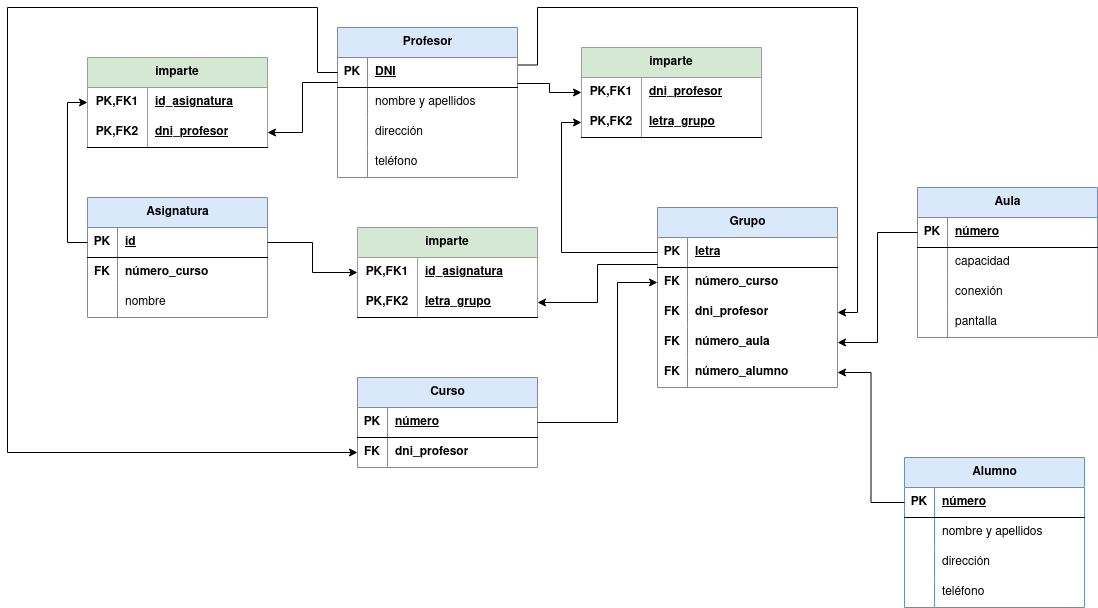
This is Unidad-2/Tareas/ Docente (MR-2)/docente.drawio.png from mdiogc/base-datos, a draw.io export, as it was before one commit. Source tidied: cells renumbered, new cells last; positions are measured from the earlier drawing's top-left corner, leaving out a move shared by most shapes.
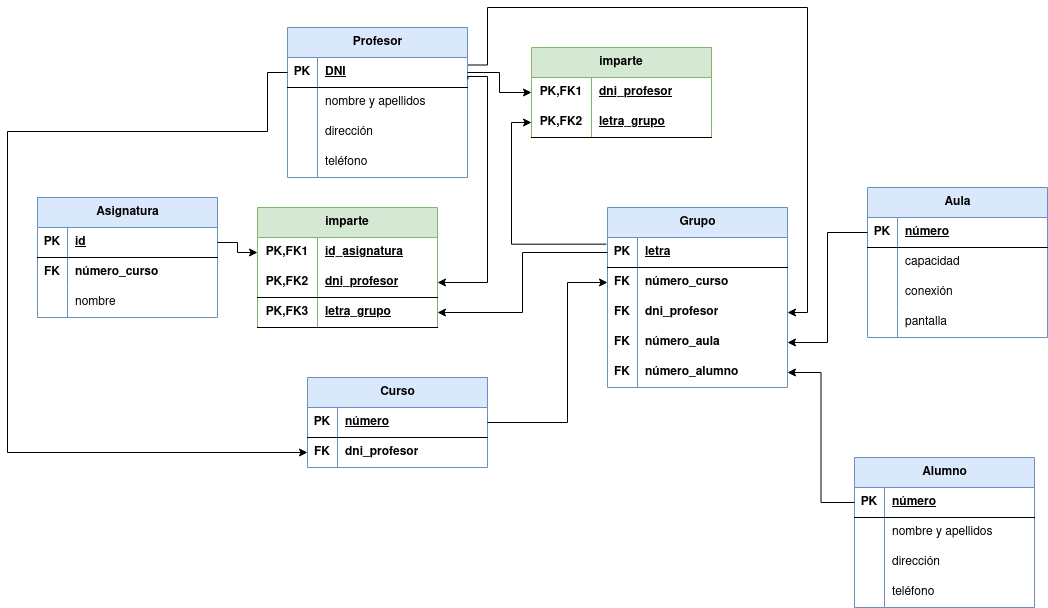
After the commit.

What changed in the source:
```diff
@@ -2,27 +2,6 @@
   <root>
     <mxCell id="0" />
     <mxCell id="1" parent="0" />
-    <mxCell id="2" value="imparte" style="shape=table;startSize=30;rowLines=0;fontStyle=1;align=center;html=1;whiteSpace=wrap;fillColor=#d5e8d4;strokeColor=#82b366;" parent="1" vertex="1">
-      <mxGeometry x="350" y="220" width="180" height="90" as="geometry" />
-    </mxCell>
-    <mxCell id="3" style="shape=tableRow;horizontal=0;startSize=0;swimlaneHead=0;swimlaneBody=0;fillColor=none;points=[[0,0.5],[1,0.5]];portConstraint=eastwest;top=0;left=0;right=0;bottom=0;html=1;" parent="2" vertex="1">
-      <mxGeometry y="30" width="180" height="30" as="geometry" />
-    </mxCell>
-    <mxCell id="4" value="PK,FK1" style="shape=partialRectangle;fillColor=none;top=0;left=0;bottom=0;right=0;fontStyle=1;overflow=hidden;html=1;whiteSpace=wrap;" parent="3" vertex="1">
-      <mxGeometry width="60" height="30" as="geometry" />
-    </mxCell>
-    <mxCell id="5" value="id_asignatura" style="shape=partialRectangle;fillColor=none;top=0;left=0;bottom=0;right=0;align=left;spacingLeft=6;fontStyle=5;overflow=hidden;html=1;whiteSpace=wrap;" parent="3" vertex="1">
-      <mxGeometry x="60" width="120" height="30" as="geometry" />
-    </mxCell>
-    <mxCell id="6" style="shape=tableRow;horizontal=0;startSize=0;swimlaneHead=0;swimlaneBody=0;fillColor=none;points=[[0,0.5],[1,0.5]];portConstraint=eastwest;top=0;left=0;right=0;bottom=1;html=1;" parent="2" vertex="1">
-      <mxGeometry y="60" width="180" height="30" as="geometry" />
-    </mxCell>
-    <mxCell id="7" value="PK,FK2" style="shape=partialRectangle;fillColor=none;top=0;left=0;bottom=0;right=0;fontStyle=1;overflow=hidden;html=1;whiteSpace=wrap;" parent="6" vertex="1">
-      <mxGeometry width="60" height="30" as="geometry" />
-    </mxCell>
-    <mxCell id="8" value="letra_grupo" style="shape=partialRectangle;fillColor=none;top=0;left=0;bottom=0;right=0;align=left;spacingLeft=6;fontStyle=5;overflow=hidden;html=1;whiteSpace=wrap;" parent="6" vertex="1">
-      <mxGeometry x="60" width="120" height="30" as="geometry" />
-    </mxCell>
     <mxCell id="9" value="Grupo" style="shape=table;startSize=30;rowLines=0;fontStyle=1;align=center;html=1;fillColor=#dae8fc;strokeColor=#6c8ebf;" parent="1" vertex="1">
       <mxGeometry x="650" y="200" width="180" height="180" as="geometry" />
     </mxCell>
@@ -114,7 +93,7 @@
       <mxGeometry x="60" width="120" height="30" as="geometry" />
     </mxCell>
     <mxCell id="39" value="imparte" style="shape=table;startSize=30;rowLines=0;fontStyle=1;align=center;html=1;whiteSpace=wrap;fillColor=#d5e8d4;strokeColor=#82b366;" parent="1" vertex="1">
-      <mxGeometry x="80" y="50" width="180" height="90" as="geometry" />
+      <mxGeometry x="300" y="200" width="180" height="120" as="geometry" />
     </mxCell>
     <mxCell id="40" style="shape=tableRow;horizontal=0;startSize=0;swimlaneHead=0;swimlaneBody=0;fillColor=none;points=[[0,0.5],[1,0.5]];portConstraint=eastwest;top=0;left=0;right=0;bottom=0;html=1;" parent="39" vertex="1">
       <mxGeometry y="30" width="180" height="30" as="geometry" />
@@ -134,6 +113,15 @@
     <mxCell id="45" value="dni_profesor" style="shape=partialRectangle;fillColor=none;top=0;left=0;bottom=0;right=0;align=left;spacingLeft=6;fontStyle=5;overflow=hidden;html=1;whiteSpace=wrap;" parent="43" vertex="1">
       <mxGeometry x="60" width="120" height="30" as="geometry" />
     </mxCell>
+    <mxCell id="106" style="shape=tableRow;horizontal=0;startSize=0;swimlaneHead=0;swimlaneBody=0;fillColor=none;points=[[0,0.5],[1,0.5]];portConstraint=eastwest;top=0;left=0;right=0;bottom=1;html=1;" parent="39" vertex="1">
+      <mxGeometry y="90" width="180" height="30" as="geometry" />
+    </mxCell>
+    <mxCell id="107" value="PK,FK3" style="shape=partialRectangle;fillColor=none;top=0;left=0;bottom=0;right=0;fontStyle=1;overflow=hidden;html=1;whiteSpace=wrap;" parent="106" vertex="1">
+      <mxGeometry width="60" height="30" as="geometry" />
+    </mxCell>
+    <mxCell id="8" value="letra_grupo" style="shape=partialRectangle;fillColor=none;top=0;left=0;bottom=0;right=0;align=left;spacingLeft=6;fontStyle=5;overflow=hidden;html=1;whiteSpace=wrap;" parent="106" vertex="1">
+      <mxGeometry x="60" width="120" height="30" as="geometry" />
+    </mxCell>
     <mxCell id="46" value="Asignatura" style="shape=table;startSize=30;rowLines=0;fontStyle=1;align=center;html=1;fillColor=#dae8fc;strokeColor=#6c8ebf;" parent="1" vertex="1">
       <mxGeometry x="80" y="190" width="180" height="120" as="geometry" />
     </mxCell>
@@ -164,9 +152,6 @@
     <mxCell id="55" value="nombre" style="shape=partialRectangle;fillColor=none;top=0;left=0;bottom=0;right=0;align=left;spacingLeft=6;overflow=hidden;whiteSpace=wrap;html=1;" parent="53" vertex="1">
       <mxGeometry x="30" width="150" height="30" as="geometry" />
     </mxCell>
-    <mxCell id="56" style="edgeStyle=orthogonalEdgeStyle;rounded=0;jettySize=auto;html=1;exitX=0;exitY=0.5;exitDx=0;exitDy=0;entryX=0;entryY=0.5;entryDx=0;entryDy=0;" parent="1" edge="1" source="47" target="40">
-      <mxGeometry relative="1" as="geometry" />
-    </mxCell>
     <mxCell id="57" value="Aula" style="shape=table;startSize=30;rowLines=0;fontStyle=1;align=center;html=1;fillColor=#dae8fc;strokeColor=#6c8ebf;" parent="1" vertex="1">
       <mxGeometry x="910" y="180" width="180" height="150" as="geometry" />
     </mxCell>
@@ -245,12 +230,6 @@
     <mxCell id="82" value="teléfono" style="shape=partialRectangle;fillColor=none;top=0;left=0;bottom=0;right=0;align=left;spacingLeft=6;overflow=hidden;whiteSpace=wrap;html=1;" parent="80" vertex="1">
       <mxGeometry x="30" width="150" height="30" as="geometry" />
     </mxCell>
-    <mxCell id="83" style="edgeStyle=orthogonalEdgeStyle;rounded=0;jettySize=auto;html=1;exitX=1;exitY=0.5;exitDx=0;exitDy=0;entryX=0;entryY=0.5;entryDx=0;entryDy=0;" parent="1" edge="1" source="47" target="3">
-      <mxGeometry relative="1" as="geometry" />
-    </mxCell>
-    <mxCell id="84" style="edgeStyle=orthogonalEdgeStyle;rounded=0;jettySize=auto;html=1;exitX=0;exitY=0.9;exitDx=0;exitDy=0;entryX=1;entryY=0.5;entryDx=0;entryDy=0;exitPerimeter=0;" parent="1" edge="1" source="10" target="6">
-      <mxGeometry relative="1" as="geometry" />
-    </mxCell>
     <mxCell id="85" style="edgeStyle=orthogonalEdgeStyle;rounded=0;jettySize=auto;html=1;exitX=1;exitY=0.25;exitDx=0;exitDy=0;entryX=1;entryY=0.5;entryDx=0;entryDy=0;" parent="1" edge="1" source="86" target="16">
       <mxGeometry relative="1" as="geometry">
         <Array as="points">
@@ -300,16 +279,13 @@
     <mxCell id="98" value="teléfono" style="shape=partialRectangle;fillColor=none;top=0;left=0;bottom=0;right=0;align=left;spacingLeft=6;overflow=hidden;whiteSpace=wrap;html=1;" parent="96" vertex="1">
       <mxGeometry x="30" width="150" height="30" as="geometry" />
     </mxCell>
-    <mxCell id="99" style="edgeStyle=orthogonalEdgeStyle;rounded=0;jettySize=auto;html=1;exitX=0;exitY=0.833;exitDx=0;exitDy=0;entryX=1;entryY=0.5;entryDx=0;entryDy=0;exitPerimeter=0;" parent="1" edge="1" source="87" target="43">
-      <mxGeometry relative="1" as="geometry" />
-    </mxCell>
     <mxCell id="100" style="edgeStyle=orthogonalEdgeStyle;rounded=0;jettySize=auto;html=1;exitX=0;exitY=0.5;exitDx=0;exitDy=0;entryX=0;entryY=0.5;entryDx=0;entryDy=0;" parent="1" edge="1" source="87" target="29">
       <mxGeometry relative="1" as="geometry">
         <Array as="points">
           <mxPoint x="310" y="65" />
-          <mxPoint x="310" />
-          <mxPoint />
-          <mxPoint y="445" />
+          <mxPoint x="310" y="124" />
+          <mxPoint x="50" y="124" />
+          <mxPoint x="50" y="445" />
         </Array>
       </mxGeometry>
     </mxCell>
@@ -321,10 +297,10 @@
         </Array>
       </mxGeometry>
     </mxCell>
-    <mxCell id="102" style="edgeStyle=orthogonalEdgeStyle;rounded=0;jettySize=auto;html=1;exitX=1;exitY=0.867;exitDx=0;exitDy=0;entryX=0;entryY=0.5;entryDx=0;entryDy=0;exitPerimeter=0;" parent="1" edge="1" source="87" target="33">
+    <mxCell id="102" style="edgeStyle=orthogonalEdgeStyle;rounded=0;jettySize=auto;html=1;exitX=1;exitY=0.5;exitDx=0;exitDy=0;entryX=0;entryY=0.5;entryDx=0;entryDy=0;" parent="1" edge="1" source="87" target="33">
       <mxGeometry relative="1" as="geometry" />
     </mxCell>
-    <mxCell id="103" style="edgeStyle=orthogonalEdgeStyle;rounded=0;jettySize=auto;html=1;exitX=0;exitY=0.5;exitDx=0;exitDy=0;entryX=0;entryY=0.5;entryDx=0;entryDy=0;" parent="1" edge="1" source="10" target="36">
+    <mxCell id="103" style="edgeStyle=orthogonalEdgeStyle;rounded=0;jettySize=auto;html=1;exitX=-0.006;exitY=0.222;exitDx=0;exitDy=0;entryX=0;entryY=0.5;entryDx=0;entryDy=0;exitPerimeter=0;" parent="1" edge="1" source="10" target="36">
       <mxGeometry relative="1" as="geometry" />
     </mxCell>
     <mxCell id="104" style="edgeStyle=orthogonalEdgeStyle;rounded=0;jettySize=auto;html=1;exitX=0;exitY=0.5;exitDx=0;exitDy=0;entryX=1;entryY=0.5;entryDx=0;entryDy=0;" parent="1" edge="1" source="71" target="22">
@@ -333,5 +309,20 @@
     <mxCell id="105" style="edgeStyle=orthogonalEdgeStyle;rounded=0;jettySize=auto;html=1;exitX=0;exitY=0.5;exitDx=0;exitDy=0;entryX=1;entryY=0.75;entryDx=0;entryDy=0;" parent="1" edge="1" source="58" target="9">
       <mxGeometry relative="1" as="geometry" />
     </mxCell>
+    <mxCell id="56" style="edgeStyle=orthogonalEdgeStyle;rounded=0;jettySize=auto;html=1;exitX=1;exitY=0.5;exitDx=0;exitDy=0;entryX=0;entryY=0.5;entryDx=0;entryDy=0;" parent="1" edge="1" source="47" target="40">
+      <mxGeometry relative="1" as="geometry" />
+    </mxCell>
+    <mxCell id="99" style="edgeStyle=orthogonalEdgeStyle;rounded=0;jettySize=auto;html=1;entryX=1;entryY=0.5;entryDx=0;entryDy=0;exitX=1.002;exitY=0.733;exitDx=0;exitDy=0;exitPerimeter=0;" parent="1" edge="1" source="87" target="43">
+      <mxGeometry relative="1" as="geometry">
+        <Array as="points">
+          <mxPoint x="510" y="69" />
+          <mxPoint x="530" y="69" />
+          <mxPoint x="530" y="275" />
+        </Array>
+      </mxGeometry>
+    </mxCell>
+    <mxCell id="108" style="edgeStyle=orthogonalEdgeStyle;rounded=0;jettySize=auto;html=1;exitX=0;exitY=0.5;exitDx=0;exitDy=0;entryX=1;entryY=0.5;entryDx=0;entryDy=0;" parent="1" edge="1" source="10" target="106">
+      <mxGeometry relative="1" as="geometry" />
+    </mxCell>
   </root>
 </mxGraphModel>
```
